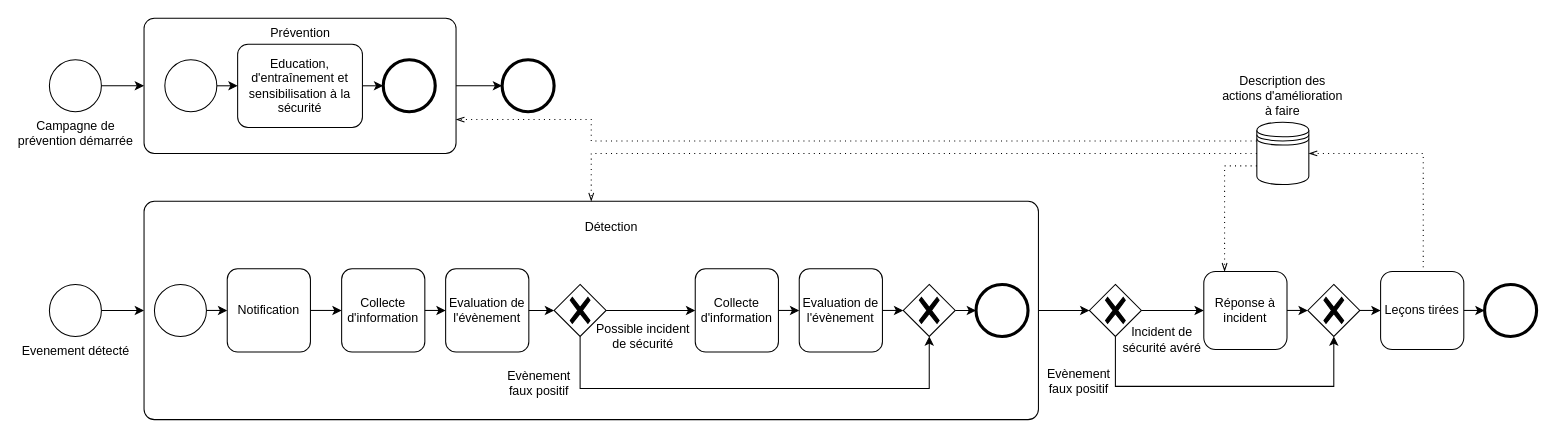
Earlier version of the draw.io diagram standards/ISO27035.drawio (netmme/cyber-diagramme-d-activites). Source tidied: cells renumbered, new cells numbered last; positions are measured from the earlier drawing's top-left corner, leaving out a move shared by most shapes. Both pictures are drawn from the tidied source at 104%, with x=0, y=0 at pixel (49, 18).
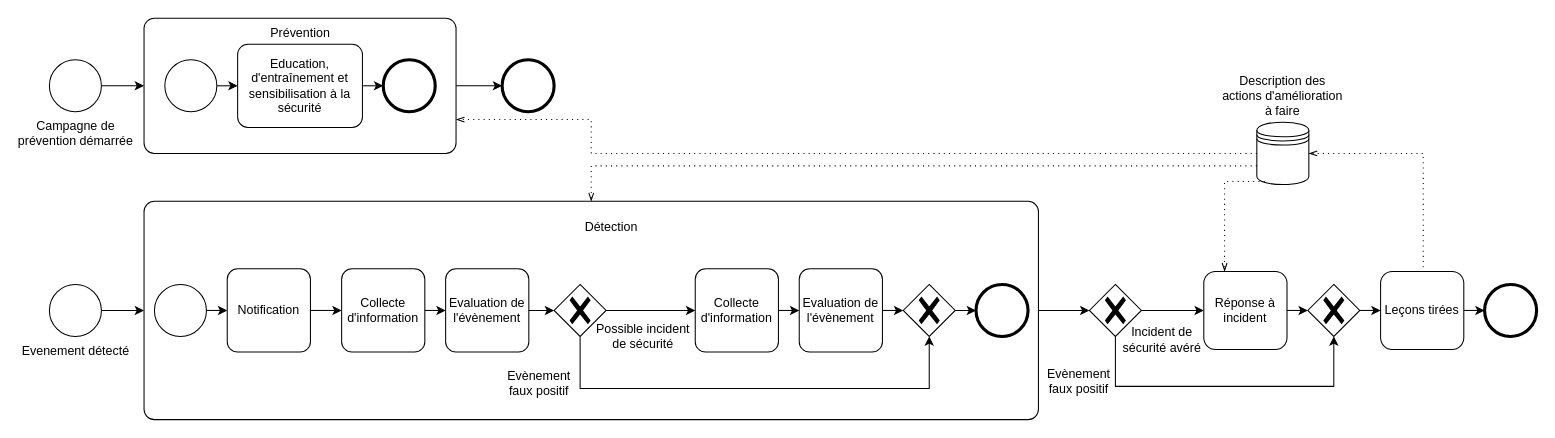
After the change.

Unchanged cells that the change refers to:
```xml
<mxCell id="3" style="points=[[0.25,0,0],[0.5,0,0],[0.75,0,0],[1,0.25,0],[1,0.5,0],[1,0.75,0],[0.75,1,0],[0.5,1,0],[0.25,1,0],[0,0.75,0],[0,0.5,0],[0,0.25,0]];shape=mxgraph.bpmn.task;whiteSpace=wrap;rectStyle=rounded;size=10;html=1;taskMarker=abstract;" parent="1" vertex="1">
  <mxGeometry x="91" width="300" height="130" as="geometry" />
</mxCell>
<mxCell id="13" style="points=[[0.25,0,0],[0.5,0,0],[0.75,0,0],[1,0.25,0],[1,0.5,0],[1,0.75,0],[0.75,1,0],[0.5,1,0],[0.25,1,0],[0,0.75,0],[0,0.5,0],[0,0.25,0]];shape=mxgraph.bpmn.task;whiteSpace=wrap;rectStyle=rounded;size=10;html=1;taskMarker=abstract;" parent="1" vertex="1">
  <mxGeometry x="91" y="176" width="860" height="210" as="geometry" />
</mxCell>
<mxCell id="22" value="Réponse à incident" style="rounded=1;whiteSpace=wrap;html=1;" parent="1" vertex="1">
  <mxGeometry x="1110" y="243.5" width="80" height="75" as="geometry" />
</mxCell>
<mxCell id="52" style="shape=datastore;html=1;labelPosition=center;verticalLabelPosition=bottom;align=center;verticalAlign=top;" parent="1" vertex="1">
  <mxGeometry x="1161" y="100" width="50" height="60" as="geometry" />
</mxCell>
```

Diff of the diagram source:
```diff
@@
-    <mxCell id="54" style="edgeStyle=elbowEdgeStyle;fontSize=12;html=1;endFill=0;startFill=0;endSize=6;startSize=6;dashed=1;dashPattern=1 4;endArrow=openThin;startArrow=none;rounded=0;entryX=1;entryY=0.75;entryDx=0;entryDy=0;entryPerimeter=0;exitX=0;exitY=0.3;exitDx=0;exitDy=0;" parent="1" edge="1" source="52" target="3">
+    <mxCell id="54" style="edgeStyle=elbowEdgeStyle;fontSize=12;html=1;endFill=0;startFill=0;endSize=6;startSize=6;dashed=1;dashPattern=1 4;endArrow=openThin;startArrow=none;rounded=0;entryX=1;entryY=0.75;entryDx=0;entryDy=0;entryPerimeter=0;exitX=0;exitY=0.5;exitDx=0;exitDy=0;" parent="1" edge="1" source="52" target="3">
       <mxGeometry relative="1" as="geometry">
         <Array as="points">
           <mxPoint x="521" y="130" />
         </Array>
       </mxGeometry>
     </mxCell>
-    <mxCell id="55" style="edgeStyle=elbowEdgeStyle;fontSize=12;html=1;endFill=0;startFill=0;endSize=6;startSize=6;dashed=1;dashPattern=1 4;endArrow=openThin;startArrow=none;rounded=0;exitX=0;exitY=0.5;exitDx=0;exitDy=0;entryX=0.5;entryY=0;entryDx=0;entryDy=0;entryPerimeter=0;" parent="1" edge="1" source="52" target="13">
+    <mxCell id="55" style="edgeStyle=elbowEdgeStyle;fontSize=12;html=1;endFill=0;startFill=0;endSize=6;startSize=6;dashed=1;dashPattern=1 4;endArrow=openThin;startArrow=none;rounded=0;exitX=0;exitY=0.7;exitDx=0;exitDy=0;entryX=0.5;entryY=0;entryDx=0;entryDy=0;entryPerimeter=0;" parent="1" edge="1" source="52" target="13">
       <mxGeometry relative="1" as="geometry">
         <Array as="points">
           <mxPoint x="521" y="170" />
         </Array>
       </mxGeometry>
     </mxCell>
-    <mxCell id="56" style="edgeStyle=elbowEdgeStyle;fontSize=12;html=1;endFill=0;startFill=0;endSize=6;startSize=6;dashed=1;dashPattern=1 4;endArrow=openThin;startArrow=none;rounded=0;exitX=0;exitY=0.7;exitDx=0;exitDy=0;entryX=0.25;entryY=0;entryDx=0;entryDy=0;" parent="1" edge="1" source="52" target="22">
+    <mxCell id="56" style="edgeStyle=elbowEdgeStyle;fontSize=12;html=1;endFill=0;startFill=0;endSize=6;startSize=6;dashed=1;dashPattern=1 4;endArrow=openThin;startArrow=none;rounded=0;exitX=0.15;exitY=0.95;exitDx=0;exitDy=0;entryX=0.25;entryY=0;entryDx=0;entryDy=0;exitPerimeter=0;" parent="1" edge="1" source="52" target="22">
       <mxGeometry relative="1" as="geometry">
         <Array as="points">
           <mxPoint x="1130" y="210" />
           <mxPoint x="1151" y="200" />
         </Array>
       </mxGeometry>
     </mxCell>
```
